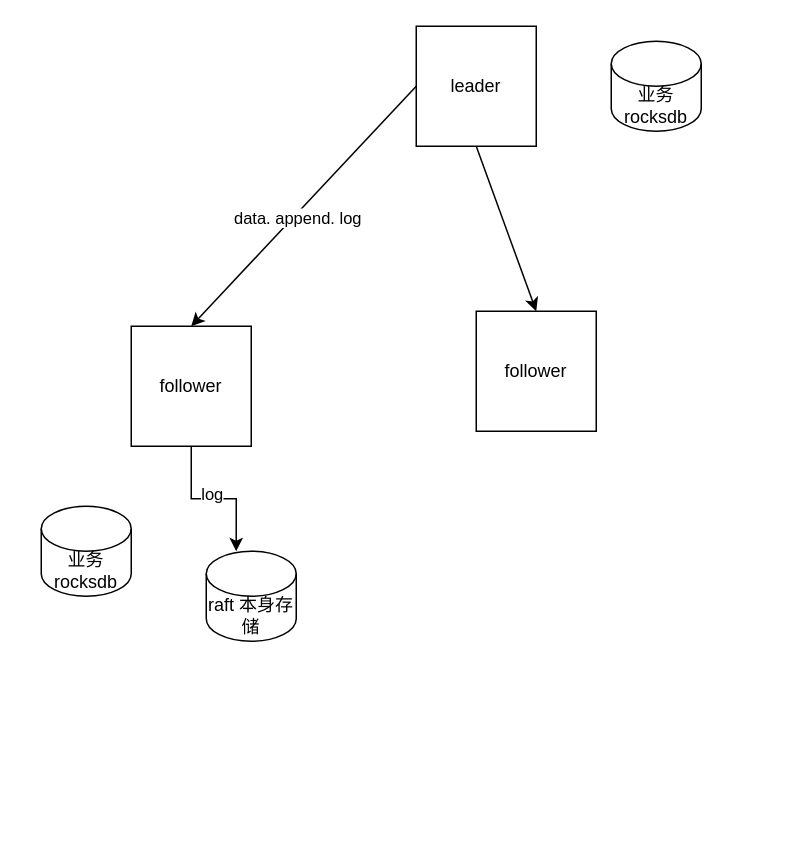
Above: 未命名绘图.drawio in jackjoesh/databend (draw.io), before the change. Source tidied: cells renumbered, new cells numbered last; positions are measured from the earlier drawing's top-left corner, leaving out a move shared by most shapes. Both pictures are drawn from the tidied source at 150%, with x=0, y=0 at pixel (40, 26).
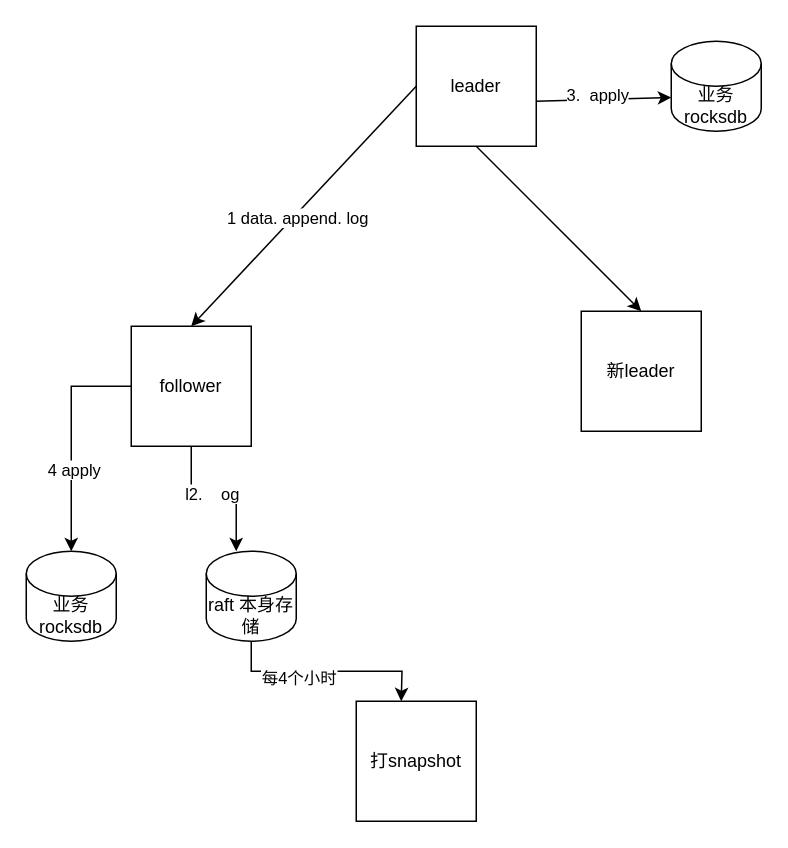
The same page after the edit.

Commit message (it also covers changes not shown here):
更新未命名绘图.drawio

The change refers to these unchanged cells:
```xml
<mxCell id="3" value="follower" style="whiteSpace=wrap;html=1;" parent="1" vertex="1">
  <mxGeometry x="60" y="200" width="80" height="80" as="geometry" />
</mxCell>
<mxCell id="5" style="endArrow=classic;html=1;rounded=0;exitX=0;exitY=0.5;exitDx=0;exitDy=0;entryX=0.5;entryY=0;entryDx=0;entryDy=0;" parent="1" edge="1" source="2" target="3">
  <mxGeometry relative="1" as="geometry" />
</mxCell>
<mxCell id="10" value="raft 本身存储" style="shape=cylinder3;whiteSpace=wrap;html=1;boundedLbl=1;backgroundOutline=1;size=15;" parent="1" vertex="1">
  <mxGeometry x="110" y="350" width="60" height="60" as="geometry" />
</mxCell>
<mxCell id="11" style="edgeStyle=orthogonalEdgeStyle;rounded=0;jettySize=auto;html=1;exitX=0.5;exitY=1;exitDx=0;exitDy=0;entryX=0.333;entryY=0;entryDx=0;entryDy=0;entryPerimeter=0;" parent="1" edge="1" source="3" target="10">
  <mxGeometry relative="1" as="geometry" />
</mxCell>
```

Change to the diagram source:
```diff
@@
+    <mxCell id="13" style="edgeStyle=orthogonalEdgeStyle;rounded=0;jettySize=auto;html=1;exitX=0;exitY=0.5;exitDx=0;exitDy=0;" parent="1" edge="1" source="3" target="9">
+      <mxGeometry relative="1" as="geometry" />
+    </mxCell>
+    <mxCell id="14" value="4 apply" style="edgeLabel;html=1;align=center;verticalAlign=middle;" parent="13" vertex="1">
+      <mxGeometry x="0.27" y="1" relative="1" as="geometry" />
+    </mxCell>
@@
     <mxCell id="4" value="业务rocksdb" style="shape=cylinder3;whiteSpace=wrap;html=1;boundedLbl=1;backgroundOutline=1;size=15;" parent="1" vertex="1">
-      <mxGeometry x="380" y="10" width="60" height="60" as="geometry" />
+      <mxGeometry x="420" y="10" width="60" height="60" as="geometry" />
     </mxCell>
@@
-    <mxCell id="6" value="data. append. log" style="edgeLabel;html=1;align=center;verticalAlign=middle;" parent="5" vertex="1">
+    <mxCell id="6" value="1 data. append. log" style="edgeLabel;html=1;align=center;verticalAlign=middle;" parent="5" vertex="1">
       <mxGeometry x="0.08" y="2" relative="1" as="geometry" />
     </mxCell>
-    <mxCell id="7" value="follower" style="whiteSpace=wrap;html=1;" parent="1" vertex="1">
-      <mxGeometry x="290" y="190" width="80" height="80" as="geometry" />
+    <mxCell id="7" value="新leader" style="whiteSpace=wrap;html=1;" parent="1" vertex="1">
+      <mxGeometry x="360" y="190" width="80" height="80" as="geometry" />
     </mxCell>
@@
     <mxCell id="9" value="业务rocksdb" style="shape=cylinder3;whiteSpace=wrap;html=1;boundedLbl=1;backgroundOutline=1;size=15;" parent="1" vertex="1">
-      <mxGeometry y="320" width="60" height="60" as="geometry" />
+      <mxGeometry x="-10" y="350" width="60" height="60" as="geometry" />
     </mxCell>
+    <mxCell id="15" style="edgeStyle=orthogonalEdgeStyle;rounded=0;jettySize=auto;html=1;exitX=0.5;exitY=1;exitDx=0;exitDy=0;exitPerimeter=0;" parent="1" edge="1" source="10">
+      <mxGeometry relative="1" as="geometry">
+        <mxPoint x="240" y="450" as="targetPoint" />
+      </mxGeometry>
+    </mxCell>
+    <mxCell id="16" value="每4个小时" style="edgeLabel;html=1;align=center;verticalAlign=middle;" parent="15" vertex="1">
+      <mxGeometry x="-0.27" y="-4" relative="1" as="geometry" />
+    </mxCell>
@@
-    <mxCell id="12" value="log" style="edgeLabel;html=1;align=center;verticalAlign=middle;" parent="11" vertex="1">
+    <mxCell id="12" value="l2.&amp;nbsp; &amp;nbsp; og" style="edgeLabel;html=1;align=center;verticalAlign=middle;" parent="11" vertex="1">
       <mxGeometry x="-0.04" y="4" relative="1" as="geometry" />
     </mxCell>
+    <mxCell id="17" value="打snapshot" style="whiteSpace=wrap;html=1;" parent="1" vertex="1">
+      <mxGeometry x="210" y="450" width="80" height="80" as="geometry" />
+    </mxCell>
+    <mxCell id="18" style="endArrow=classic;html=1;rounded=0;entryX=0;entryY=0;entryDx=0;entryDy=37.5;entryPerimeter=0;" parent="1" edge="1" target="4">
+      <mxGeometry relative="1" as="geometry">
+        <mxPoint x="330" y="50" as="sourcePoint" />
+      </mxGeometry>
+    </mxCell>
+    <mxCell id="19" value="3.&amp;nbsp; apply" style="edgeLabel;html=1;align=center;verticalAlign=middle;" parent="18" vertex="1">
+      <mxGeometry x="-0.09" y="3" relative="1" as="geometry" />
+    </mxCell>
```
